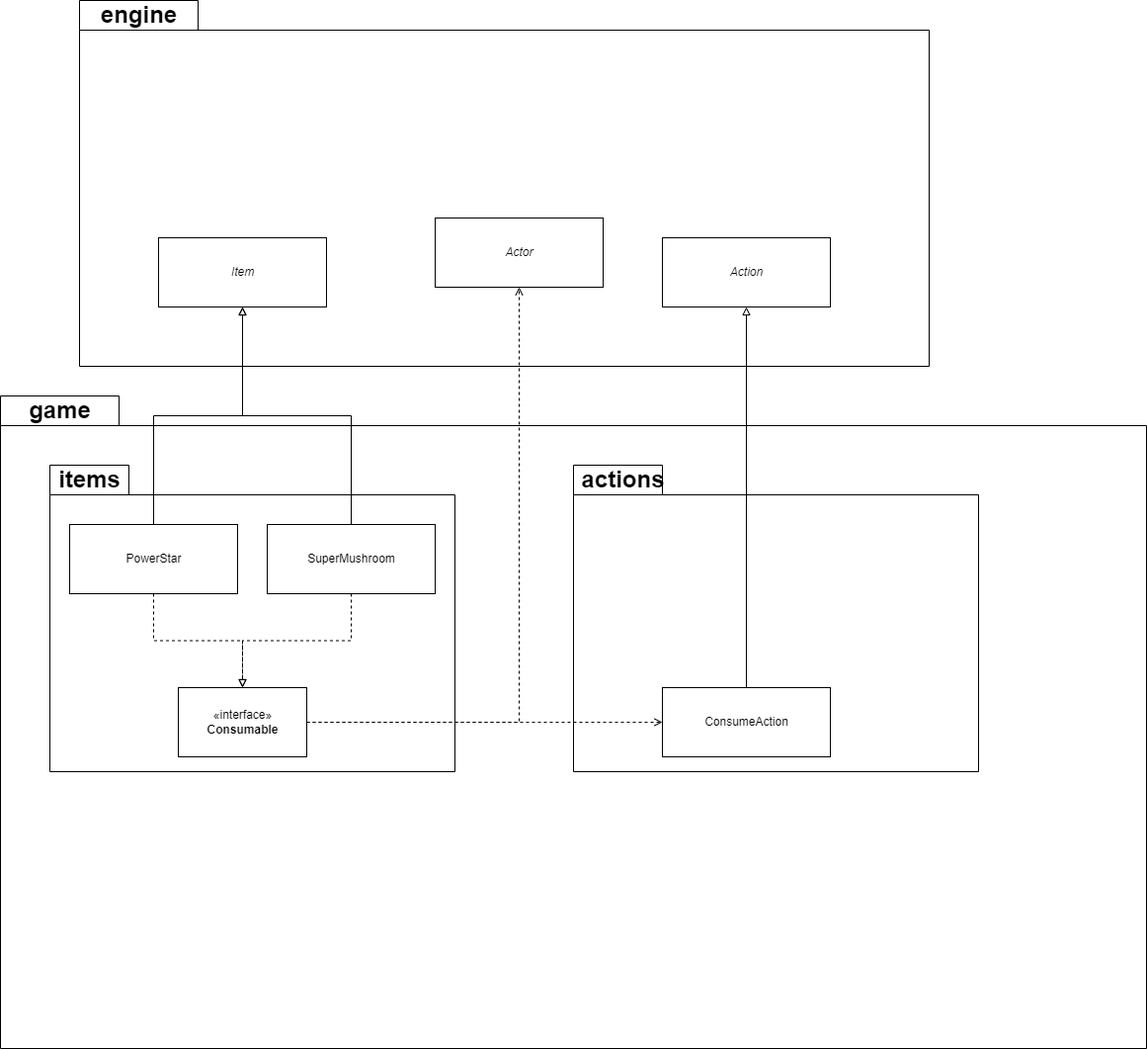
The draw.io diagram docs/REQ4 UML Diagram by Andy.png in IvanChann/Mario...., before a commit. Source tidied: cells renumbered, new cells last; positions are measured from the earlier drawing's top-left corner, leaving out a move shared by most shapes.
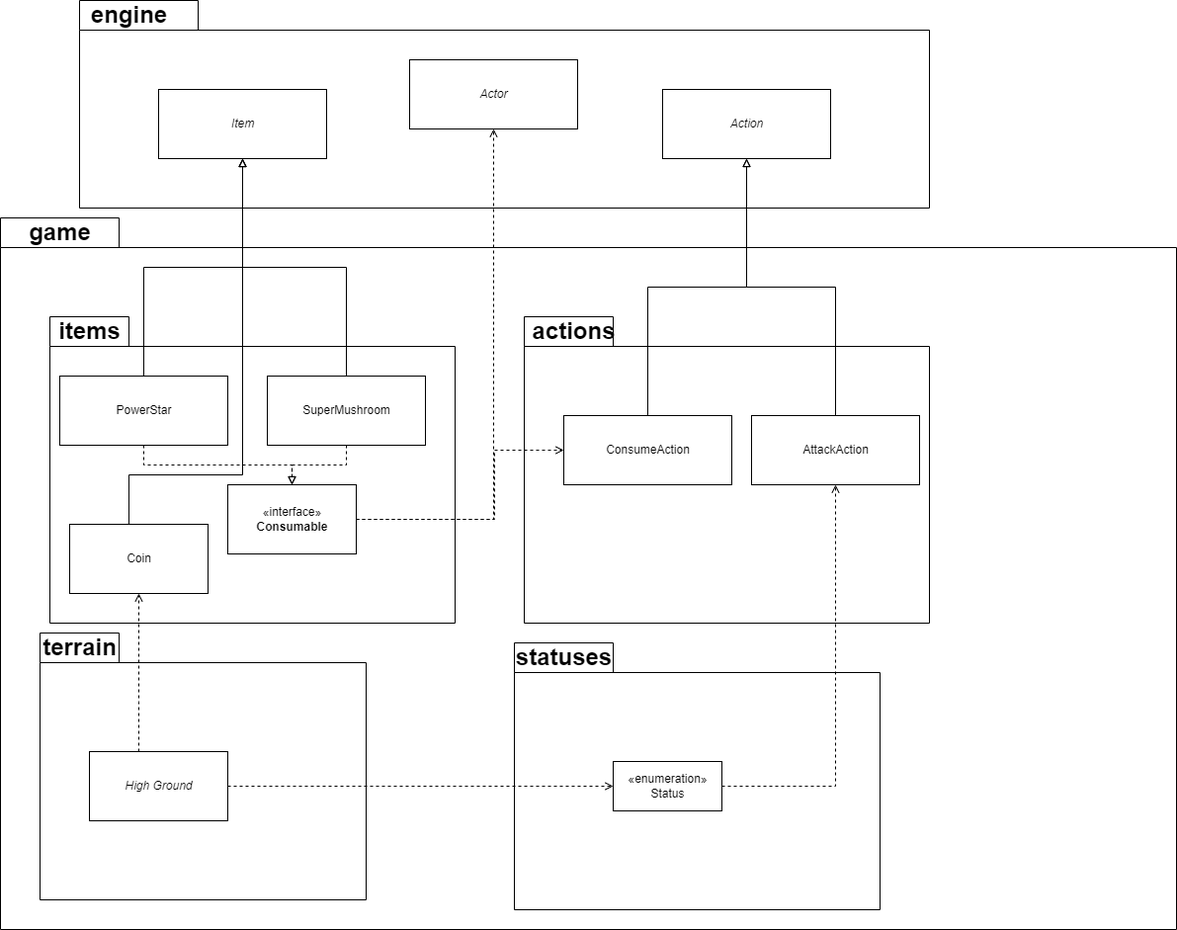
The same diagram one commit later.

Commit message:
Added Coin class, and important dependencies in High Ground, Status and Coin

Added documentation for these changes

Diff of the diagram source:
```diff
@@ -3,16 +3,16 @@
     <mxCell id="0" />
     <mxCell id="1" parent="0" />
     <mxCell id="2" style="shape=folder;fontStyle=1;spacingTop=10;tabWidth=120;tabHeight=30;tabPosition=left;html=1;" parent="1" vertex="1">
-      <mxGeometry x="80" width="860" height="370" as="geometry" />
+      <mxGeometry x="80" y="150" width="860" height="210" as="geometry" />
     </mxCell>
     <mxCell id="3" style="shape=folder;fontStyle=1;spacingTop=10;tabWidth=120;tabHeight=30;tabPosition=left;html=1;" parent="1" vertex="1">
-      <mxGeometry y="400" width="1160" height="660" as="geometry" />
+      <mxGeometry y="370" width="1190" height="720" as="geometry" />
     </mxCell>
     <mxCell id="4" style="shape=folder;fontStyle=1;spacingTop=10;tabWidth=80;tabHeight=30;tabPosition=left;html=1;" parent="1" vertex="1">
       <mxGeometry x="50" y="470" width="410" height="310" as="geometry" />
     </mxCell>
     <mxCell id="5" value="game" style="text;strokeColor=none;fillColor=none;html=1;fontSize=24;fontStyle=1;verticalAlign=middle;align=center;" parent="1" vertex="1">
-      <mxGeometry y="400" width="120" height="30" as="geometry" />
+      <mxGeometry y="370" width="120" height="30" as="geometry" />
     </mxCell>
     <mxCell id="6" style="edgeStyle=orthogonalEdgeStyle;rounded=0;jettySize=auto;html=1;entryX=0.5;entryY=1;entryDx=0;entryDy=0;endArrow=block;endFill=0;" parent="1" edge="1" source="8" target="11">
       <mxGeometry relative="1" as="geometry" />
@@ -21,13 +21,13 @@
       <mxGeometry relative="1" as="geometry" />
     </mxCell>
     <mxCell id="8" value="PowerStar" style="html=1;" parent="1" vertex="1">
-      <mxGeometry x="70" y="530" width="170" height="70" as="geometry" />
+      <mxGeometry x="60" y="530" width="170" height="70" as="geometry" />
     </mxCell>
     <mxCell id="9" value="items" style="text;strokeColor=none;fillColor=none;html=1;fontSize=24;fontStyle=1;verticalAlign=middle;align=center;" parent="1" vertex="1">
       <mxGeometry x="30" y="470" width="120" height="30" as="geometry" />
     </mxCell>
     <mxCell id="10" value="engine" style="text;strokeColor=none;fillColor=none;html=1;fontSize=24;fontStyle=1;verticalAlign=middle;align=center;" parent="1" vertex="1">
-      <mxGeometry x="80" width="120" height="30" as="geometry" />
+      <mxGeometry x="70" y="150" width="120" height="30" as="geometry" />
     </mxCell>
     <mxCell id="11" value="&lt;i&gt;Item&lt;/i&gt;" style="html=1;" parent="1" vertex="1">
       <mxGeometry x="160" y="240" width="170" height="70" as="geometry" />
@@ -39,34 +39,88 @@
       <mxGeometry relative="1" as="geometry" />
     </mxCell>
     <mxCell id="14" value="SuperMushroom" style="html=1;" parent="1" vertex="1">
-      <mxGeometry x="270" y="530" width="170" height="70" as="geometry" />
+      <mxGeometry x="270" y="530" width="160" height="70" as="geometry" />
     </mxCell>
     <mxCell id="15" style="edgeStyle=orthogonalEdgeStyle;rounded=0;jettySize=auto;html=1;entryX=0.5;entryY=1;entryDx=0;entryDy=0;endArrow=open;endFill=0;dashed=1;" parent="1" edge="1" source="18" target="23">
       <mxGeometry relative="1" as="geometry" />
     </mxCell>
     <mxCell id="16" style="shape=folder;fontStyle=1;spacingTop=10;tabWidth=90;tabHeight=30;tabPosition=left;html=1;" parent="1" vertex="1">
-      <mxGeometry x="580" y="470" width="410" height="310" as="geometry" />
+      <mxGeometry x="530" y="470" width="410" height="310" as="geometry" />
     </mxCell>
     <mxCell id="17" style="edgeStyle=orthogonalEdgeStyle;rounded=0;jettySize=auto;html=1;entryX=0;entryY=0.5;entryDx=0;entryDy=0;dashed=1;endArrow=open;endFill=0;" parent="1" edge="1" source="18" target="21">
-      <mxGeometry relative="1" as="geometry" />
+      <mxGeometry relative="1" as="geometry">
+        <Array as="points">
+          <mxPoint x="500" y="675" />
+          <mxPoint x="500" y="605" />
+        </Array>
+      </mxGeometry>
     </mxCell>
     <mxCell id="18" value="«interface»&lt;br&gt;&lt;b&gt;Consumable&lt;/b&gt;" style="html=1;" parent="1" vertex="1">
-      <mxGeometry x="180" y="695" width="130" height="70" as="geometry" />
+      <mxGeometry x="230" y="640" width="130" height="70" as="geometry" />
     </mxCell>
     <mxCell id="19" value="actions" style="text;strokeColor=none;fillColor=none;html=1;fontSize=24;fontStyle=1;verticalAlign=middle;align=center;" parent="1" vertex="1">
-      <mxGeometry x="570" y="470" width="120" height="30" as="geometry" />
+      <mxGeometry x="520" y="470" width="120" height="30" as="geometry" />
     </mxCell>
     <mxCell id="20" style="edgeStyle=orthogonalEdgeStyle;rounded=0;jettySize=auto;html=1;entryX=0.5;entryY=1;entryDx=0;entryDy=0;endArrow=block;endFill=0;" parent="1" edge="1" source="21" target="22">
       <mxGeometry relative="1" as="geometry" />
     </mxCell>
     <mxCell id="21" value="ConsumeAction" style="html=1;" parent="1" vertex="1">
-      <mxGeometry x="670" y="695" width="170" height="70" as="geometry" />
+      <mxGeometry x="570" y="570" width="170" height="70" as="geometry" />
     </mxCell>
     <mxCell id="22" value="&lt;i&gt;Action&lt;/i&gt;" style="html=1;" parent="1" vertex="1">
       <mxGeometry x="670" y="240" width="170" height="70" as="geometry" />
     </mxCell>
     <mxCell id="23" value="&lt;i&gt;Actor&lt;/i&gt;" style="html=1;" parent="1" vertex="1">
-      <mxGeometry x="440" y="220" width="170" height="70" as="geometry" />
+      <mxGeometry x="414" y="210" width="170" height="70" as="geometry" />
     </mxCell>
+    <mxCell id="24" style="edgeStyle=orthogonalEdgeStyle;rounded=0;jettySize=auto;html=1;endArrow=block;endFill=0;exitX=0.5;exitY=0;exitDx=0;exitDy=0;" parent="1" edge="1" source="25" target="11">
+      <mxGeometry relative="1" as="geometry">
+        <Array as="points">
+          <mxPoint x="130" y="630" />
+          <mxPoint x="245" y="630" />
+        </Array>
+      </mxGeometry>
+    </mxCell>
+    <mxCell id="25" value="Coin" style="html=1;" parent="1" vertex="1">
+      <mxGeometry x="70" y="680" width="140" height="70" as="geometry" />
+    </mxCell>
+    <mxCell id="26" style="shape=folder;fontStyle=1;spacingTop=10;tabWidth=80;tabHeight=30;tabPosition=left;html=1;" parent="1" vertex="1">
+      <mxGeometry x="40" y="790" width="330" height="270" as="geometry" />
+    </mxCell>
+    <mxCell id="27" value="terrain" style="text;strokeColor=none;fillColor=none;html=1;fontSize=24;fontStyle=1;verticalAlign=middle;align=center;" parent="1" vertex="1">
+      <mxGeometry x="20" y="790" width="120" height="30" as="geometry" />
+    </mxCell>
+    <mxCell id="28" style="edgeStyle=orthogonalEdgeStyle;rounded=0;jettySize=auto;html=1;entryX=0.5;entryY=1;entryDx=0;entryDy=0;endArrow=open;endFill=0;dashed=1;" parent="1" edge="1" source="31" target="25">
+      <mxGeometry relative="1" as="geometry">
+        <Array as="points">
+          <mxPoint x="140" y="860" />
+          <mxPoint x="140" y="860" />
+        </Array>
+      </mxGeometry>
+    </mxCell>
+    <mxCell id="29" style="shape=folder;fontStyle=1;spacingTop=10;tabWidth=100;tabHeight=30;tabPosition=left;html=1;" parent="1" vertex="1">
+      <mxGeometry x="520" y="800" width="370" height="270" as="geometry" />
+    </mxCell>
+    <mxCell id="30" style="edgeStyle=orthogonalEdgeStyle;rounded=0;jettySize=auto;html=1;entryX=0;entryY=0.5;entryDx=0;entryDy=0;dashed=1;endArrow=open;endFill=0;" parent="1" edge="1" source="31" target="34">
+      <mxGeometry relative="1" as="geometry" />
+    </mxCell>
+    <mxCell id="31" value="&lt;i&gt;High Ground&lt;/i&gt;" style="html=1;" parent="1" vertex="1">
+      <mxGeometry x="90" y="910" width="140" height="70" as="geometry" />
+    </mxCell>
+    <mxCell id="32" value="statuses" style="text;strokeColor=none;fillColor=none;html=1;fontSize=24;fontStyle=1;verticalAlign=middle;align=center;" parent="1" vertex="1">
+      <mxGeometry x="510" y="800" width="120" height="30" as="geometry" />
+    </mxCell>
+    <mxCell id="33" style="edgeStyle=orthogonalEdgeStyle;rounded=0;jettySize=auto;html=1;dashed=1;endArrow=open;endFill=0;" parent="1" edge="1" source="34" target="36">
+      <mxGeometry relative="1" as="geometry" />
+    </mxCell>
+    <mxCell id="34" value="«enumeration»&lt;br&gt;Status" style="html=1;" parent="1" vertex="1">
+      <mxGeometry x="620" y="920" width="110" height="50" as="geometry" />
+    </mxCell>
+    <mxCell id="35" style="edgeStyle=orthogonalEdgeStyle;rounded=0;jettySize=auto;html=1;entryX=0.5;entryY=1;entryDx=0;entryDy=0;endArrow=block;endFill=0;" parent="1" edge="1" source="36" target="22">
+      <mxGeometry relative="1" as="geometry" />
+    </mxCell>
+    <mxCell id="36" value="AttackAction" style="html=1;" parent="1" vertex="1">
+      <mxGeometry x="760" y="570" width="170" height="70" as="geometry" />
+    </mxCell>
   </root>
 </mxGraphModel>
```
